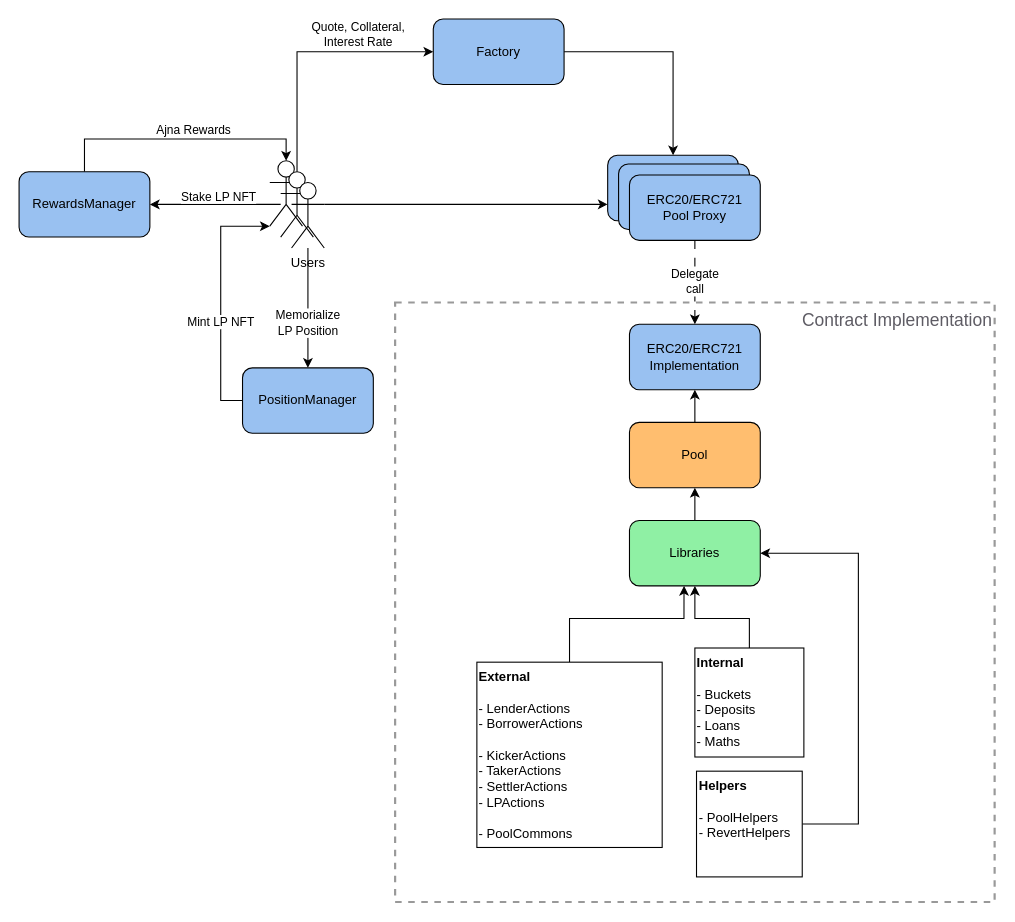
This is docs/drawio/ajnaContractsArchitecture.drawio from ajna-finance/ajna-core, a draw.io file, before an edit. Source tidied: cells renumbered, new cells numbered last; positions are measured from the earlier drawing's top-left corner, leaving out a move shared by most shapes. Both pictures are drawn from the tidied source at 109%, with x=0, y=0 at pixel (19, 19).
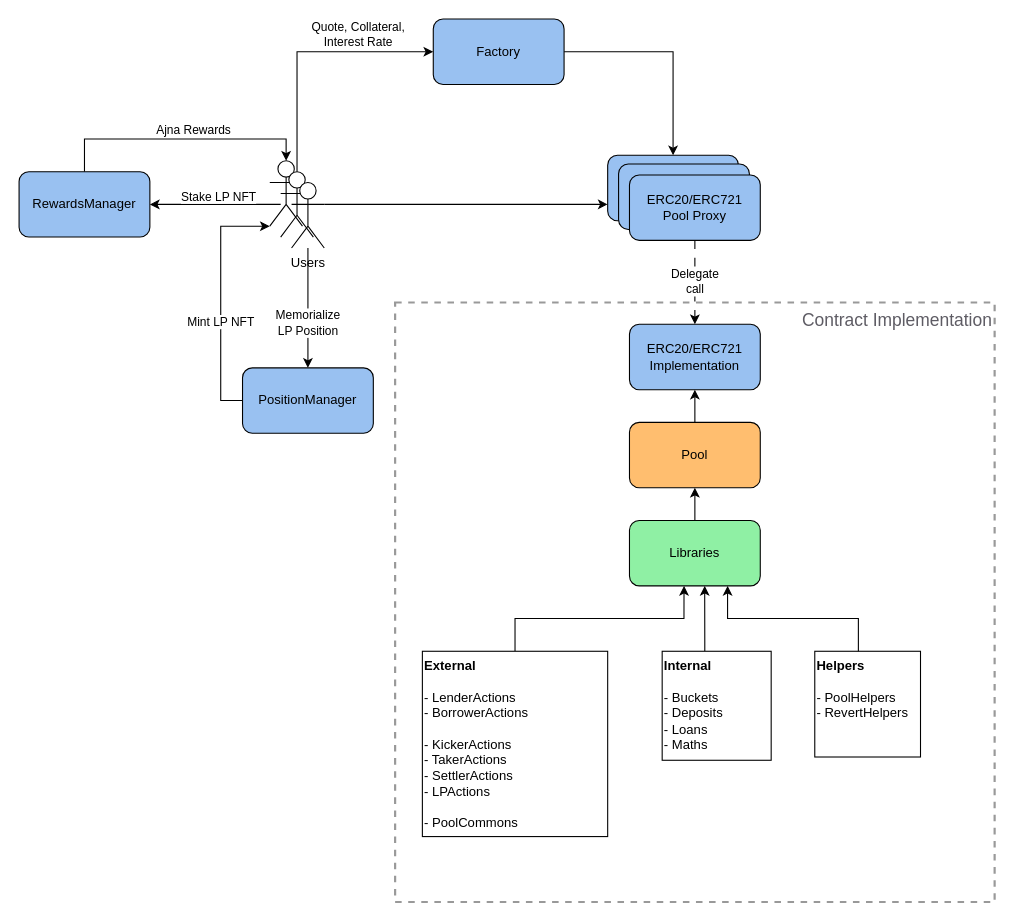
The same diagram, later.

Unchanged cells that the change refers to:
```xml
<mxCell id="28" value="Libraries" style="rounded=1;whiteSpace=wrap;html=1;fillColor=#8ff0a4;" parent="1" vertex="1">
  <mxGeometry x="560" y="460" width="120" height="60" as="geometry" />
</mxCell>
```

Change to the diagram source:
```diff
@@
+    <mxCell id="36" value="&lt;div style=&quot;font-size: 16px;&quot;&gt;&lt;font color=&quot;#5e5c64&quot;&gt;Contract Implementation&lt;br&gt;&lt;/font&gt;&lt;/div&gt;" style="whiteSpace=wrap;html=1;fillColor=none;dashed=1;strokeWidth=2;strokeColor=#999999;align=right;verticalAlign=top;" parent="1" vertex="1">
+      <mxGeometry x="345" y="260" width="550" height="550" as="geometry" />
+    </mxCell>
@@
-    <mxCell id="30" style="edgeStyle=orthogonalEdgeStyle;rounded=0;jettySize=auto;html=1;entryX=0.417;entryY=1;entryDx=0;entryDy=0;entryPerimeter=0;" parent="1" edge="1" source="31" target="28">
+    <mxCell id="30" style="edgeStyle=orthogonalEdgeStyle;rounded=0;jettySize=auto;html=1;entryX=0.417;entryY=1;entryDx=0;entryDy=0;entryPerimeter=0;exitX=0.5;exitY=0;exitDx=0;exitDy=0;" parent="1" edge="1" source="31" target="28">
       <mxGeometry relative="1" as="geometry">
         <Array as="points">
-          <mxPoint x="505" y="550" />
+          <mxPoint x="455" y="550" />
           <mxPoint x="610" y="550" />
         </Array>
       </mxGeometry>
     </mxCell>
     <mxCell id="31" value="&lt;div align=&quot;left&quot;&gt;&lt;b&gt;External&lt;/b&gt;&lt;/div&gt;&lt;div align=&quot;left&quot;&gt;&lt;b&gt;&lt;br&gt;&lt;/b&gt;&lt;/div&gt;&lt;div align=&quot;left&quot;&gt;- LenderActions&lt;/div&gt;&lt;div align=&quot;left&quot;&gt;- BorrowerActions&lt;/div&gt;&lt;div align=&quot;left&quot;&gt;&lt;br&gt;&lt;/div&gt;&lt;div align=&quot;left&quot;&gt;- KickerActions&lt;/div&gt;&lt;div align=&quot;left&quot;&gt;- TakerActions&lt;/div&gt;&lt;div align=&quot;left&quot;&gt;- SettlerActions&lt;/div&gt;&lt;div align=&quot;left&quot;&gt;- LPActions&lt;/div&gt;&lt;div align=&quot;left&quot;&gt;&lt;br&gt;&lt;/div&gt;&lt;div align=&quot;left&quot;&gt;- PoolCommons&lt;/div&gt;" style="whiteSpace=wrap;html=1;align=left;verticalAlign=top;" parent="1" vertex="1">
-      <mxGeometry x="420" y="590" width="170" height="170" as="geometry" />
+      <mxGeometry x="370" y="580" width="170" height="170" as="geometry" />
     </mxCell>
-    <mxCell id="32" style="edgeStyle=orthogonalEdgeStyle;rounded=0;jettySize=auto;html=1;entryX=0.5;entryY=1;entryDx=0;entryDy=0;" parent="1" edge="1" source="33" target="28">
+    <mxCell id="32" style="edgeStyle=orthogonalEdgeStyle;rounded=0;orthogonalLoop=1;jettySize=auto;html=1;entryX=0.5;entryY=1;entryDx=0;entryDy=0;" parent="1" edge="1">
       <mxGeometry relative="1" as="geometry">
+        <mxPoint x="629.1" y="580" as="sourcePoint" />
+        <mxPoint x="629" y="520" as="targetPoint" />
         <Array as="points">
-          <mxPoint x="670" y="550" />
-          <mxPoint x="620" y="550" />
+          <mxPoint x="629" y="570" />
+          <mxPoint x="629" y="570" />
         </Array>
       </mxGeometry>
     </mxCell>
     <mxCell id="33" value="&lt;div align=&quot;left&quot;&gt;&lt;b&gt;Internal&lt;/b&gt;&lt;/div&gt;&lt;div align=&quot;left&quot;&gt;&lt;b&gt;&lt;br&gt;&lt;/b&gt;&lt;/div&gt;&lt;div align=&quot;left&quot;&gt;- Buckets&lt;/div&gt;&lt;div align=&quot;left&quot;&gt;- Deposits&lt;/div&gt;&lt;div align=&quot;left&quot;&gt;- Loans&lt;/div&gt;&lt;div align=&quot;left&quot;&gt;- Maths&lt;br&gt;&lt;/div&gt;" style="whiteSpace=wrap;html=1;align=left;verticalAlign=top;" parent="1" vertex="1">
-      <mxGeometry x="620" y="577" width="100" height="100" as="geometry" />
+      <mxGeometry x="590" y="580" width="100" height="100" as="geometry" />
     </mxCell>
-    <mxCell id="34" style="edgeStyle=orthogonalEdgeStyle;rounded=0;jettySize=auto;html=1;entryX=1;entryY=0.5;entryDx=0;entryDy=0;" parent="1" edge="1" source="35" target="28">
+    <mxCell id="34" style="edgeStyle=orthogonalEdgeStyle;rounded=0;jettySize=auto;html=1;entryX=0.75;entryY=1;entryDx=0;entryDy=0;exitX=0.392;exitY=0.01;exitDx=0;exitDy=0;exitPerimeter=0;" parent="1" edge="1" source="35" target="28">
       <mxGeometry relative="1" as="geometry">
         <Array as="points">
-          <mxPoint x="770" y="739" />
-          <mxPoint x="770" y="490" />
+          <mxPoint x="770" y="581" />
+          <mxPoint x="770" y="550" />
+          <mxPoint x="650" y="550" />
         </Array>
       </mxGeometry>
     </mxCell>
     <mxCell id="35" value="&lt;div align=&quot;left&quot;&gt;&lt;b&gt;Helpers&lt;/b&gt;&lt;/div&gt;&lt;div align=&quot;left&quot;&gt;&lt;b&gt;&lt;br&gt;&lt;/b&gt;&lt;/div&gt;&lt;div align=&quot;left&quot;&gt;- PoolHelpers&lt;/div&gt;&lt;div align=&quot;left&quot;&gt;- RevertHelpers&lt;/div&gt;" style="whiteSpace=wrap;html=1;align=left;verticalAlign=top;" parent="1" vertex="1">
-      <mxGeometry x="621.5" y="690" width="97" height="97" as="geometry" />
+      <mxGeometry x="730" y="580" width="97" height="97" as="geometry" />
     </mxCell>
-    <mxCell id="36" value="&lt;div style=&quot;font-size: 16px;&quot;&gt;&lt;font color=&quot;#5e5c64&quot;&gt;Contract Implementation&lt;br&gt;&lt;/font&gt;&lt;/div&gt;" style="whiteSpace=wrap;html=1;fillColor=none;dashed=1;strokeWidth=2;strokeColor=#999999;align=right;verticalAlign=top;" parent="1" vertex="1">
-      <mxGeometry x="345" y="260" width="550" height="550" as="geometry" />
-    </mxCell>
```
